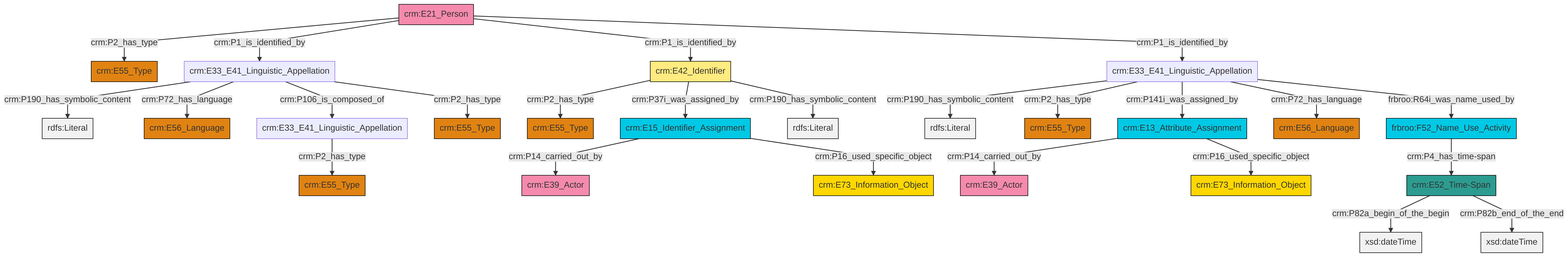
swiss-art-research-net/docs.swissartresearch keeps this Mermaid diagram as et/personCSV/ttl/mmd/png/Person_Names_and_Classification.png. Above is the earlier version. Its source is kept beside it as et/personCSV/ttl/mmd/Person_Names_and_Classification.ttl.mmd.
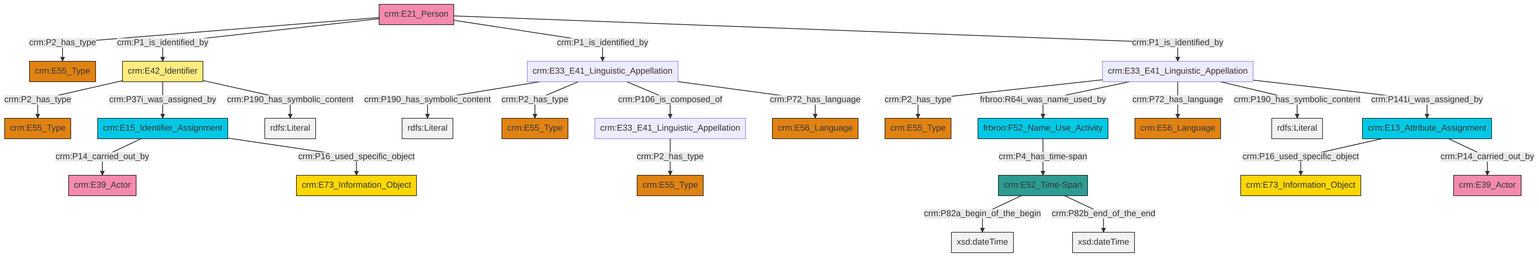
The same diagram one commit later.

Diff of the diagram source:
```diff
@@ -13,27 +13,27 @@
 classDef PC_Classes fill:#4ce600, stroke:#000000;
 classDef Multi fill:#cccccc,stroke:#000000;
 
-0["crm:E13_Attribute_Assignment"]:::Temporal_Entity -->|crm:P14_carried_out_by| 1["crm:E39_Actor"]:::Actor
-2["crm:E33_E41_Linguistic_Appellation"]:::Default -->|crm:P190_has_symbolic_content| 3[rdfs:Literal]:::Literal
-0["crm:E13_Attribute_Assignment"]:::Temporal_Entity -->|crm:P16_used_specific_object| 4["crm:E73_Information_Object"]:::Conceptual_Object
-2["crm:E33_E41_Linguistic_Appellation"]:::Default -->|crm:P2_has_type| 5["crm:E55_Type"]:::Type
+0["crm:E33_E41_Linguistic_Appellation"]:::Default -->|crm:P190_has_symbolic_content| 1[rdfs:Literal]:::Literal
+4["crm:E33_E41_Linguistic_Appellation"]:::Default -->|crm:P2_has_type| 5["crm:E55_Type"]:::Type
 6["crm:E52_Time-Span"]:::Time-Span -->|crm:P82a_begin_of_the_begin| 7[xsd:dateTime]:::Literal
-8["crm:E21_Person"]:::Actor -->|crm:P2_has_type| 9["crm:E55_Type"]:::Type
-8["crm:E21_Person"]:::Actor -->|crm:P1_is_identified_by| 10["crm:E33_E41_Linguistic_Appellation"]:::Default
-6["crm:E52_Time-Span"]:::Time-Span -->|crm:P82b_end_of_the_end| 14[xsd:dateTime]:::Literal
-15["crm:E33_E41_Linguistic_Appellation"]:::Default -->|crm:P2_has_type| 16["crm:E55_Type"]:::Type
-17["crm:E42_Identifier"]:::Appellation -->|crm:P2_has_type| 18["crm:E55_Type"]:::Type
-2["crm:E33_E41_Linguistic_Appellation"]:::Default -->|crm:P141i_was_assigned_by| 0["crm:E13_Attribute_Assignment"]:::Temporal_Entity
-8["crm:E21_Person"]:::Actor -->|crm:P1_is_identified_by| 17["crm:E42_Identifier"]:::Appellation
-10["crm:E33_E41_Linguistic_Appellation"]:::Default -->|crm:P190_has_symbolic_content| 20[rdfs:Literal]:::Literal
-10["crm:E33_E41_Linguistic_Appellation"]:::Default -->|crm:P72_has_language| 21["crm:E56_Language"]:::Type
-10["crm:E33_E41_Linguistic_Appellation"]:::Default -->|crm:P106_is_composed_of| 15["crm:E33_E41_Linguistic_Appellation"]:::Default
-12["crm:E15_Identifier_Assignment"]:::Temporal_Entity -->|crm:P14_carried_out_by| 22["crm:E39_Actor"]:::Actor
-2["crm:E33_E41_Linguistic_Appellation"]:::Default -->|crm:P72_has_language| 24["crm:E56_Language"]:::Type
-10["crm:E33_E41_Linguistic_Appellation"]:::Default -->|crm:P2_has_type| 30["crm:E55_Type"]:::Type
-2["crm:E33_E41_Linguistic_Appellation"]:::Default -->|frbroo:R64i_was_name_used_by| 34["frbroo:F52_Name_Use_Activity"]:::Temporal_Entity
-34["frbroo:F52_Name_Use_Activity"]:::Temporal_Entity -->|crm:P4_has_time-span| 6["crm:E52_Time-Span"]:::Time-Span
-8["crm:E21_Person"]:::Actor -->|crm:P1_is_identified_by| 2["crm:E33_E41_Linguistic_Appellation"]:::Default
-17["crm:E42_Identifier"]:::Appellation -->|crm:P37i_was_assigned_by| 12["crm:E15_Identifier_Assignment"]:::Temporal_Entity
-17["crm:E42_Identifier"]:::Appellation -->|crm:P190_has_symbolic_content| 43[rdfs:Literal]:::Literal
-12["crm:E15_Identifier_Assignment"]:::Temporal_Entity -->|crm:P16_used_specific_object| 27["crm:E73_Information_Object"]:::Conceptual_Object
+12["crm:E21_Person"]:::Actor -->|crm:P2_has_type| 13["crm:E55_Type"]:::Type
+12["crm:E21_Person"]:::Actor -->|crm:P1_is_identified_by| 17["crm:E42_Identifier"]:::Appellation
+4["crm:E33_E41_Linguistic_Appellation"]:::Default -->|frbroo:R64i_was_name_used_by| 2["frbroo:F52_Name_Use_Activity"]:::Temporal_Entity
+4["crm:E33_E41_Linguistic_Appellation"]:::Default -->|crm:P72_has_language| 18["crm:E56_Language"]:::Type
+4["crm:E33_E41_Linguistic_Appellation"]:::Default -->|crm:P190_has_symbolic_content| 19[rdfs:Literal]:::Literal
+10["crm:E13_Attribute_Assignment"]:::Temporal_Entity -->|crm:P16_used_specific_object| 22["crm:E73_Information_Object"]:::Conceptual_Object
+12["crm:E21_Person"]:::Actor -->|crm:P1_is_identified_by| 0["crm:E33_E41_Linguistic_Appellation"]:::Default
+24["crm:E15_Identifier_Assignment"]:::Temporal_Entity -->|crm:P14_carried_out_by| 20["crm:E39_Actor"]:::Actor
+0["crm:E33_E41_Linguistic_Appellation"]:::Default -->|crm:P2_has_type| 8["crm:E55_Type"]:::Type
+27["crm:E33_E41_Linguistic_Appellation"]:::Default -->|crm:P2_has_type| 28["crm:E55_Type"]:::Type
+2["frbroo:F52_Name_Use_Activity"]:::Temporal_Entity -->|crm:P4_has_time-span| 6["crm:E52_Time-Span"]:::Time-Span
+17["crm:E42_Identifier"]:::Appellation -->|crm:P2_has_type| 32["crm:E55_Type"]:::Type
+17["crm:E42_Identifier"]:::Appellation -->|crm:P37i_was_assigned_by| 24["crm:E15_Identifier_Assignment"]:::Temporal_Entity
+12["crm:E21_Person"]:::Actor -->|crm:P1_is_identified_by| 4["crm:E33_E41_Linguistic_Appellation"]:::Default
+0["crm:E33_E41_Linguistic_Appellation"]:::Default -->|crm:P106_is_composed_of| 27["crm:E33_E41_Linguistic_Appellation"]:::Default
+0["crm:E33_E41_Linguistic_Appellation"]:::Default -->|crm:P72_has_language| 33["crm:E56_Language"]:::Type
+17["crm:E42_Identifier"]:::Appellation -->|crm:P190_has_symbolic_content| 38[rdfs:Literal]:::Literal
+24["crm:E15_Identifier_Assignment"]:::Temporal_Entity -->|crm:P16_used_specific_object| 30["crm:E73_Information_Object"]:::Conceptual_Object
+10["crm:E13_Attribute_Assignment"]:::Temporal_Entity -->|crm:P14_carried_out_by| 36["crm:E39_Actor"]:::Actor
+4["crm:E33_E41_Linguistic_Appellation"]:::Default -->|crm:P141i_was_assigned_by| 10["crm:E13_Attribute_Assignment"]:::Temporal_Entity
+6["crm:E52_Time-Span"]:::Time-Span -->|crm:P82b_end_of_the_end| 46[xsd:dateTime]:::Literal
```
